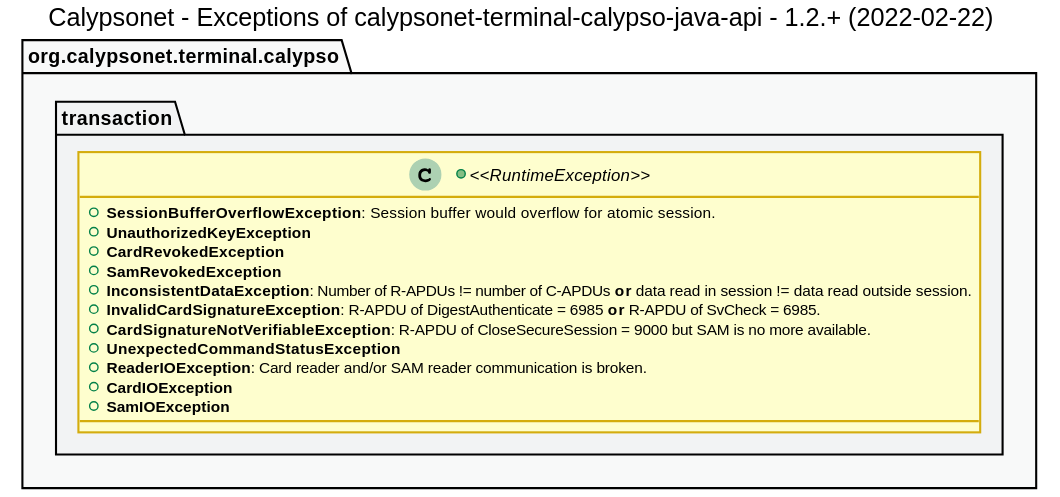
The PlantUML diagram src/main/uml/api_exceptions_class_diagram.svg in calypsonet/calypsonet-terminal-calypso-java-api, before a commit.
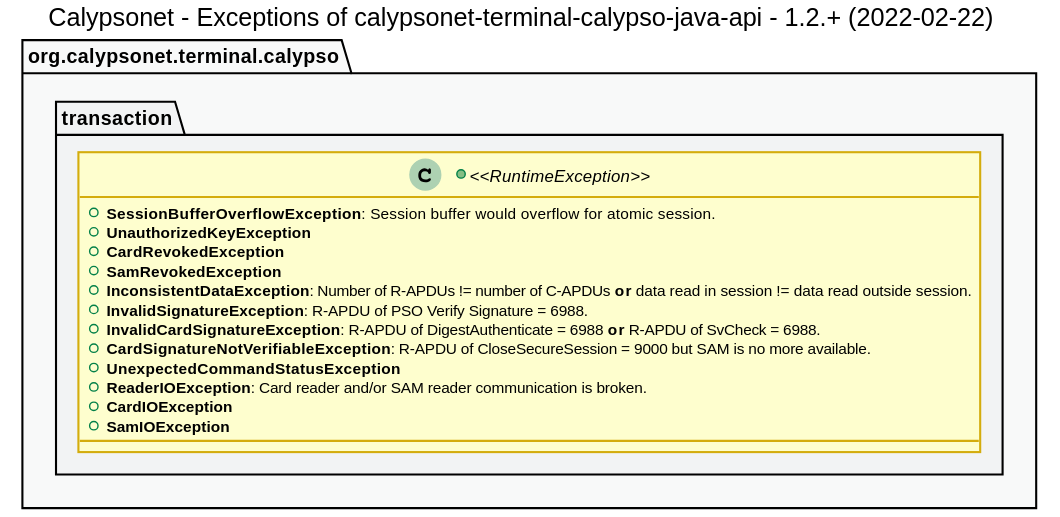
The same diagram one commit later.

Commit message:
refactor: change signature design

Change to the diagram source:
```diff
@@ -45,7 +45,8 @@
             +**CardRevokedException**
             +**SamRevokedException**
             +**InconsistentDataException**: Number of R-APDUs != number of C-APDUs **or** data read in session != data read outside session.
-            +**InvalidCardSignatureException**: R-APDU of DigestAuthenticate = 6985 **or** R-APDU of SvCheck = 6985.
+            +**InvalidSignatureException**: R-APDU of PSO Verify Signature = 6988.
+            +**InvalidCardSignatureException**: R-APDU of DigestAuthenticate = 6988 **or** R-APDU of SvCheck = 6988.
             +**CardSignatureNotVerifiableException**: R-APDU of CloseSecureSession = 9000 but SAM is no more available.
             +**UnexpectedCommandStatusException**
             +**ReaderIOException**: Card reader and/or SAM reader communication is broken.
```
